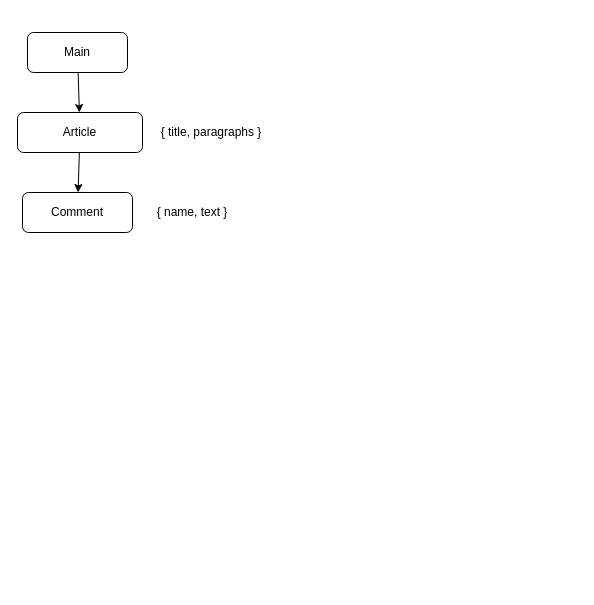
SchoolOfCode/w10_recap-tasks-burmanp keeps this draw.io diagram as rel.drawio. Above is the earlier version. Source tidied: cells renumbered, new cells numbered last; positions are measured from the earlier drawing's top-left corner, leaving out a move shared by most shapes. Both pictures are drawn from the tidied source at 100%, with x=0, y=0 at pixel (17, 32).
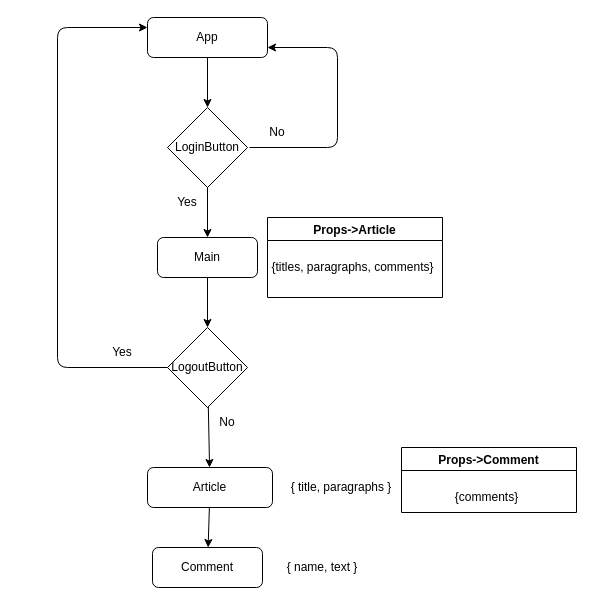
After the change.

What changed in the source:
```diff
@@
-    <mxCell id="2" style="edgeStyle=none;html=1;" parent="1" edge="1" source="3" target="5">
-      <mxGeometry relative="1" as="geometry" />
-    </mxCell>
+    <mxCell id="9" style="group;" parent="1" vertex="1">
+      <mxGeometry x="40" y="-15" width="519" height="570" as="geometry" />
+    </mxCell>
+    <mxCell id="10" style="group;" parent="9" vertex="1">
+      <mxGeometry width="405" height="570" as="geometry" />
+    </mxCell>
+    <mxCell id="11" value="App" style="rounded=1;whiteSpace=wrap;html=1;" parent="10" vertex="1">
+      <mxGeometry x="90" width="120" height="40" as="geometry" />
+    </mxCell>
+    <mxCell id="12" value="LoginButton" style="rhombus;whiteSpace=wrap;html=1;" parent="10" vertex="1">
+      <mxGeometry x="110" y="90" width="80" height="80" as="geometry" />
+    </mxCell>
+    <mxCell id="13" style="edgeStyle=none;html=1;" parent="10" edge="1" source="11" target="12">
+      <mxGeometry relative="1" as="geometry" />
+    </mxCell>
+    <mxCell id="14" style="edgeStyle=segmentEdgeStyle;endArrow=classic;html=1;entryX=1;entryY=0.75;entryDx=0;entryDy=0;" parent="10" edge="1" target="11">
+      <mxGeometry relative="1" as="geometry">
+        <mxPoint x="192" y="130" as="sourcePoint" />
+        <Array as="points">
+          <mxPoint x="280" y="130" />
+          <mxPoint x="280" y="30" />
+        </Array>
+      </mxGeometry>
+    </mxCell>
+    <mxCell id="15" value="Yes" style="text;html=1;strokeColor=none;fillColor=none;align=center;verticalAlign=middle;whiteSpace=wrap;rounded=0;" parent="10" vertex="1">
+      <mxGeometry x="100" y="170" width="60" height="30" as="geometry" />
+    </mxCell>
+    <mxCell id="16" value="No" style="text;html=1;strokeColor=none;fillColor=none;align=center;verticalAlign=middle;whiteSpace=wrap;rounded=0;" parent="10" vertex="1">
+      <mxGeometry x="190" y="100" width="60" height="30" as="geometry" />
+    </mxCell>
+    <mxCell id="17" style="edgeStyle=none;html=1;" parent="10" edge="1" source="12" target="3">
+      <mxGeometry relative="1" as="geometry" />
+    </mxCell>
+    <mxCell id="18" style="edgeStyle=none;html=1;" parent="10" edge="1" source="19" target="5">
+      <mxGeometry relative="1" as="geometry" />
+    </mxCell>
+    <mxCell id="19" value="LogoutButton" style="rhombus;whiteSpace=wrap;html=1;" parent="10" vertex="1">
+      <mxGeometry x="110" y="310" width="80" height="80" as="geometry" />
+    </mxCell>
+    <mxCell id="20" value="No" style="text;html=1;strokeColor=none;fillColor=none;align=center;verticalAlign=middle;whiteSpace=wrap;rounded=0;" parent="10" vertex="1">
+      <mxGeometry x="140" y="390" width="60" height="30" as="geometry" />
+    </mxCell>
+    <mxCell id="21" value="Yes" style="text;html=1;strokeColor=none;fillColor=none;align=center;verticalAlign=middle;whiteSpace=wrap;rounded=0;" parent="10" vertex="1">
+      <mxGeometry x="35" y="320" width="60" height="30" as="geometry" />
+    </mxCell>
+    <mxCell id="22" style="edgeStyle=none;html=1;" parent="10" edge="1" source="3" target="19">
+      <mxGeometry relative="1" as="geometry" />
+    </mxCell>
+    <mxCell id="23" style="edgeStyle=segmentEdgeStyle;endArrow=classic;html=1;exitX=0;exitY=0.5;exitDx=0;exitDy=0;entryX=0;entryY=0.25;entryDx=0;entryDy=0;" parent="10" edge="1" source="19" target="11">
+      <mxGeometry relative="1" as="geometry">
+        <Array as="points">
+          <mxPoint y="350" />
+          <mxPoint y="10" />
+        </Array>
+      </mxGeometry>
+    </mxCell>
+    <mxCell id="24" style="group;" parent="10" vertex="1">
+      <mxGeometry x="90" y="200" width="295" height="370" as="geometry" />
+    </mxCell>
-    <mxCell id="3" value="Main" style="rounded=1;whiteSpace=wrap;html=1;" parent="1" vertex="1">
-      <mxGeometry x="10" width="100" height="40" as="geometry" />
+    <mxCell id="3" value="Main" style="rounded=1;whiteSpace=wrap;html=1;" parent="24" vertex="1">
+      <mxGeometry x="10" y="20" width="100" height="40" as="geometry" />
     </mxCell>
-    <mxCell id="4" style="edgeStyle=none;html=1;" parent="1" edge="1" source="5" target="6">
-      <mxGeometry relative="1" as="geometry" />
-    </mxCell>
-    <mxCell id="5" value="Article" style="rounded=1;whiteSpace=wrap;html=1;" parent="1" vertex="1">
-      <mxGeometry y="80" width="125" height="40" as="geometry" />
+    <mxCell id="5" value="Article" style="rounded=1;whiteSpace=wrap;html=1;" parent="24" vertex="1">
+      <mxGeometry y="250" width="125" height="40" as="geometry" />
     </mxCell>
-    <mxCell id="6" value="Comment" style="rounded=1;whiteSpace=wrap;html=1;" parent="1" vertex="1">
-      <mxGeometry x="5" y="160" width="110" height="40" as="geometry" />
+    <mxCell id="6" value="Comment" style="rounded=1;whiteSpace=wrap;html=1;" parent="24" vertex="1">
+      <mxGeometry x="5" y="330" width="110" height="40" as="geometry" />
     </mxCell>
-    <mxCell id="7" value="{ title, paragraphs }" style="text;html=1;strokeColor=none;fillColor=none;align=center;verticalAlign=middle;whiteSpace=wrap;rounded=0;" parent="1" vertex="1">
-      <mxGeometry x="134" y="85" width="120" height="30" as="geometry" />
+    <mxCell id="7" value="{ title, paragraphs }" style="text;html=1;strokeColor=none;fillColor=none;align=center;verticalAlign=middle;whiteSpace=wrap;rounded=0;" parent="24" vertex="1">
+      <mxGeometry x="134" y="255" width="120" height="30" as="geometry" />
     </mxCell>
-    <mxCell id="8" value="{ name, text }" style="text;html=1;strokeColor=none;fillColor=none;align=center;verticalAlign=middle;whiteSpace=wrap;rounded=0;" parent="1" vertex="1">
-      <mxGeometry x="125" y="165" width="100" height="30" as="geometry" />
+    <mxCell id="8" value="{ name, text }" style="text;html=1;strokeColor=none;fillColor=none;align=center;verticalAlign=middle;whiteSpace=wrap;rounded=0;" parent="24" vertex="1">
+      <mxGeometry x="125" y="335" width="100" height="30" as="geometry" />
     </mxCell>
+    <mxCell id="25" value="Props-&gt;Article" style="swimlane;" parent="24" vertex="1">
+      <mxGeometry x="120" width="175" height="80" as="geometry" />
+    </mxCell>
+    <mxCell id="26" value="{titles, paragraphs, comments}" style="text;html=1;align=center;verticalAlign=middle;strokeColor=none;fillColor=none;" parent="25" vertex="1">
+      <mxGeometry x="-5" y="40" width="180" height="20" as="geometry" />
+    </mxCell>
+    <mxCell id="4" style="edgeStyle=none;html=1;" parent="24" edge="1" source="5" target="6">
+      <mxGeometry relative="1" as="geometry" />
+    </mxCell>
+    <mxCell id="27" value="Props-&gt;Comment" style="swimlane;" parent="9" vertex="1">
+      <mxGeometry x="344" y="430" width="175" height="65" as="geometry" />
+    </mxCell>
+    <mxCell id="28" value="{comments}" style="text;html=1;align=center;verticalAlign=middle;strokeColor=none;fillColor=none;" parent="27" vertex="1">
+      <mxGeometry x="45" y="40" width="80" height="20" as="geometry" />
+    </mxCell>
```
